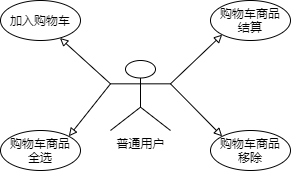
The draw.io diagram app2.png in jpl007/HelloGit, before a commit. Source tidied: cells renumbered, new cells last; positions are measured from the earlier drawing's top-left corner, leaving out a move shared by most shapes.
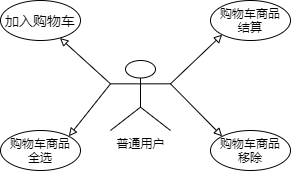
Later version of the same file.

What changed in the source:
```diff
@@ -8,7 +8,7 @@
     <mxCell id="3" value="购物车商品&lt;br&gt;移除" style="ellipse;whiteSpace=wrap;html=1;" parent="1" vertex="1">
       <mxGeometry x="210" y="130" width="80" height="40" as="geometry" />
     </mxCell>
-    <mxCell id="4" value="加入购物车" style="ellipse;whiteSpace=wrap;html=1;" parent="1" vertex="1">
+    <mxCell id="4" value="&lt;p&gt;&lt;font style=&quot;font-size: 14px&quot;&gt;加入购物车&lt;/font&gt;&lt;/p&gt;" style="ellipse;whiteSpace=wrap;html=1;" parent="1" vertex="1">
       <mxGeometry width="80" height="40" as="geometry" />
     </mxCell>
     <mxCell id="5" style="endArrow=block;html=1;endFill=0;exitX=0;exitY=0.3333333333333333;exitDx=0;exitDy=0;exitPerimeter=0;" parent="1" edge="1" source="2" target="4">
```
